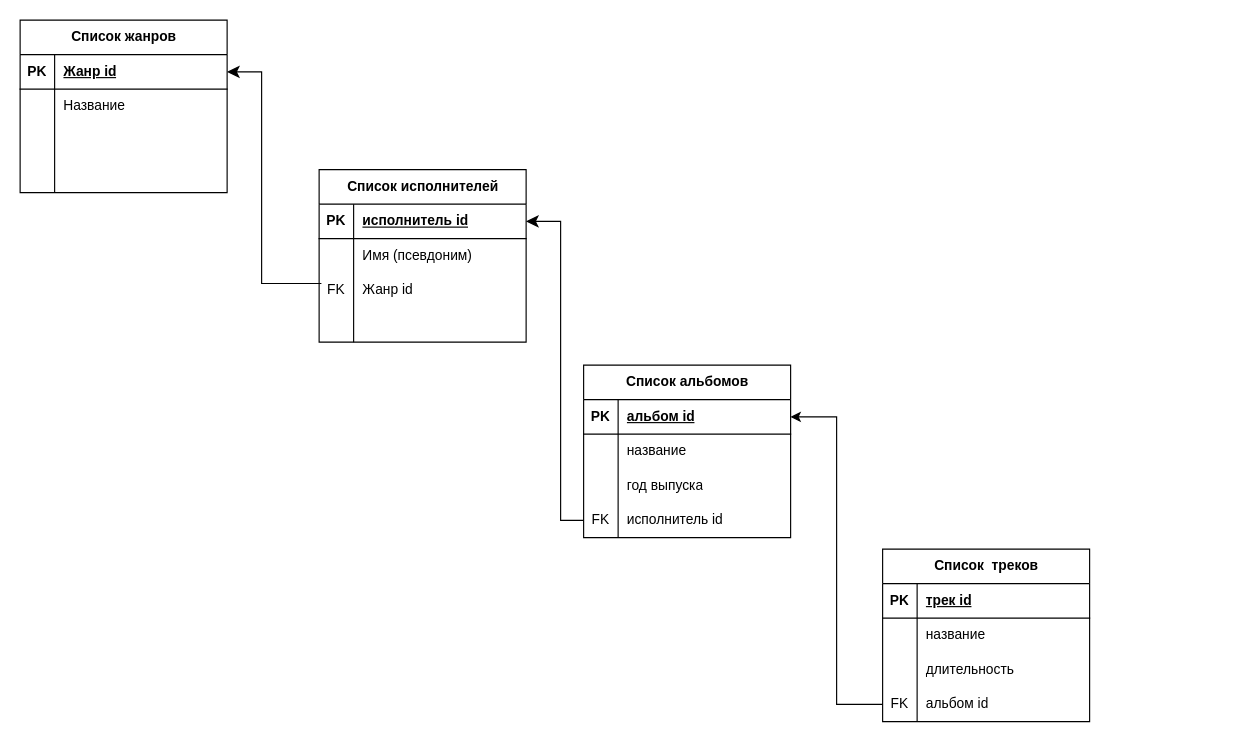
Earlier version of the draw.io diagram Диаграмма без названия.drawio (OlgaSleptsova/class_how_work). Source tidied: cells renumbered, new cells numbered last; positions are measured from the earlier drawing's top-left corner, leaving out a move shared by most shapes. Both pictures are drawn from the tidied source at 115%, with x=0, y=0 at pixel (20, 20).
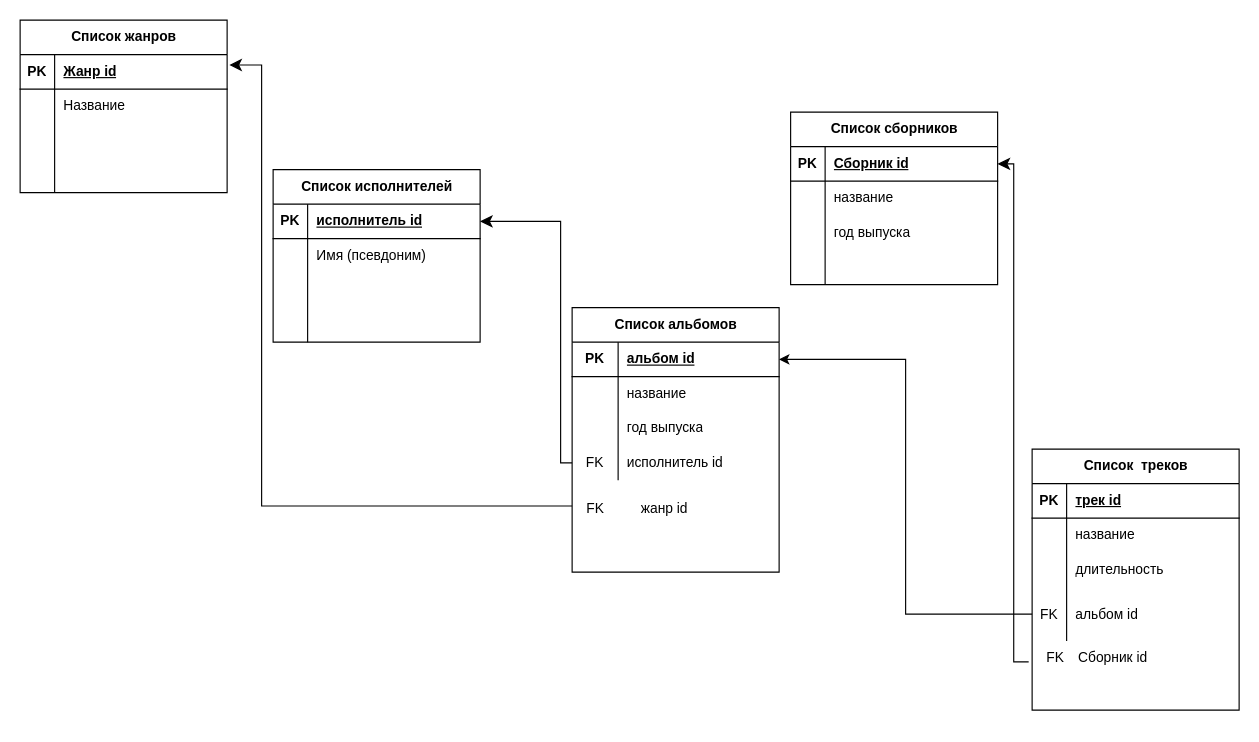
The same page after the edit.

Unchanged cells that the change refers to:
```xml
<mxCell id="3" style="shape=tableRow;horizontal=0;startSize=0;swimlaneHead=0;swimlaneBody=0;fillColor=none;points=[[0,0.5],[1,0.5]];portConstraint=eastwest;top=0;left=0;right=0;bottom=1;" parent="2" vertex="1">
  <mxGeometry y="30" width="180" height="30" as="geometry" />
</mxCell>
<mxCell id="22" style="shape=tableRow;horizontal=0;startSize=0;swimlaneHead=0;swimlaneBody=0;fillColor=none;points=[[0,0.5],[1,0.5]];portConstraint=eastwest;top=0;left=0;right=0;bottom=0;" parent="15" vertex="1">
  <mxGeometry y="90" width="180" height="30" as="geometry" />
</mxCell>
<mxCell id="29" style="shape=tableRow;horizontal=0;startSize=0;swimlaneHead=0;swimlaneBody=0;fillColor=none;points=[[0,0.5],[1,0.5]];portConstraint=eastwest;top=0;left=0;right=0;bottom=1;" parent="28" vertex="1">
  <mxGeometry y="30" width="180" height="30" as="geometry" />
</mxCell>
<mxCell id="32" style="shape=tableRow;horizontal=0;startSize=0;swimlaneHead=0;swimlaneBody=0;fillColor=none;top=0;left=0;right=0;bottom=0;" parent="28" vertex="1">
  <mxGeometry y="60" width="180" height="30" as="geometry" />
</mxCell>
<mxCell id="35" style="shape=tableRow;horizontal=0;startSize=0;swimlaneHead=0;swimlaneBody=0;fillColor=none;top=0;left=0;right=0;bottom=0;" parent="28" vertex="1">
  <mxGeometry y="90" width="180" height="30" as="geometry" />
</mxCell>
<mxCell id="38" style="shape=tableRow;horizontal=0;startSize=0;swimlaneHead=0;swimlaneBody=0;fillColor=none;points=[[0,0.5],[1,0.5]];portConstraint=eastwest;top=0;left=0;right=0;bottom=0;" parent="28" vertex="1">
  <mxGeometry y="120" width="180" height="30" as="geometry" />
</mxCell>
```

What changed in the source:
```diff
@@
     <mxCell id="15" value="Список исполнителей" style="shape=table;startSize=30;childLayout=tableLayout;rowLines=0;fontStyle=1;align=center;html=1;" parent="1" vertex="1">
-      <mxGeometry x="260" y="130" width="180" height="150" as="geometry" />
+      <mxGeometry x="220" y="130" width="180" height="150" as="geometry" />
     </mxCell>
@@
-    <mxCell id="23" value="FK" style="shape=partialRectangle;fillColor=none;top=0;left=0;bottom=0;right=0;overflow=hidden;whiteSpace=wrap;html=1;" parent="22" vertex="1">
+    <mxCell id="23" style="shape=partialRectangle;fillColor=none;top=0;left=0;bottom=0;right=0;overflow=hidden;whiteSpace=wrap;html=1;" parent="22" vertex="1">
       <mxGeometry width="30" height="30" as="geometry" />
     </mxCell>
-    <mxCell id="24" value="Жанр id" style="shape=partialRectangle;fillColor=none;top=0;left=0;bottom=0;right=0;align=left;spacingLeft=6;overflow=hidden;whiteSpace=wrap;html=1;" parent="22" vertex="1">
+    <mxCell id="24" style="shape=partialRectangle;fillColor=none;top=0;left=0;bottom=0;right=0;align=left;spacingLeft=6;overflow=hidden;whiteSpace=wrap;html=1;" parent="22" vertex="1">
       <mxGeometry x="30" width="150" height="30" as="geometry" />
     </mxCell>
@@
     <mxCell id="28" value="Список альбомов" style="shape=table;startSize=30;childLayout=tableLayout;rowLines=0;fontStyle=1;align=center;html=1;" parent="1" vertex="1">
-      <mxGeometry x="490" y="300" width="180" height="150" as="geometry" />
+      <mxGeometry x="480" y="250" width="180" height="230" as="geometry" />
     </mxCell>
@@
     <mxCell id="30" value="PK" style="shape=partialRectangle;fillColor=none;top=0;left=0;bottom=0;right=0;fontStyle=1;overflow=hidden;whiteSpace=wrap;html=1;" parent="29" vertex="1">
-      <mxGeometry width="30" height="30" as="geometry" />
+      <mxGeometry width="40" height="30" as="geometry" />
     </mxCell>
     <mxCell id="31" value="альбом id" style="shape=partialRectangle;fillColor=none;top=0;left=0;bottom=0;right=0;align=left;spacingLeft=6;fontStyle=5;overflow=hidden;whiteSpace=wrap;html=1;" parent="29" vertex="1">
-      <mxGeometry x="30" width="150" height="30" as="geometry" />
+      <mxGeometry x="40" width="140" height="30" as="geometry" />
     </mxCell>
@@
     <mxCell id="33" style="shape=partialRectangle;fillColor=none;top=0;left=0;bottom=0;right=0;overflow=hidden;whiteSpace=wrap;html=1;" parent="32" vertex="1">
-      <mxGeometry width="30" height="30" as="geometry" />
+      <mxGeometry width="40" height="30" as="geometry" />
     </mxCell>
     <mxCell id="34" value="название" style="shape=partialRectangle;fillColor=none;top=0;left=0;bottom=0;right=0;align=left;spacingLeft=6;overflow=hidden;whiteSpace=wrap;html=1;" parent="32" vertex="1">
-      <mxGeometry x="30" width="150" height="30" as="geometry" />
+      <mxGeometry x="40" width="140" height="30" as="geometry" />
     </mxCell>
@@
     <mxCell id="36" style="shape=partialRectangle;fillColor=none;top=0;left=0;bottom=0;right=0;overflow=hidden;whiteSpace=wrap;html=1;" parent="35" vertex="1">
-      <mxGeometry width="30" height="30" as="geometry" />
+      <mxGeometry width="40" height="30" as="geometry" />
     </mxCell>
     <mxCell id="37" value="год выпуска" style="shape=partialRectangle;fillColor=none;top=0;left=0;bottom=0;right=0;align=left;spacingLeft=6;overflow=hidden;whiteSpace=wrap;html=1;" parent="35" vertex="1">
-      <mxGeometry x="30" width="150" height="30" as="geometry" />
+      <mxGeometry x="40" width="140" height="30" as="geometry" />
     </mxCell>
@@
     <mxCell id="39" value="FK" style="shape=partialRectangle;fillColor=none;top=0;left=0;bottom=0;right=0;overflow=hidden;whiteSpace=wrap;html=1;" parent="38" vertex="1">
-      <mxGeometry width="30" height="30" as="geometry" />
+      <mxGeometry width="40" height="30" as="geometry" />
     </mxCell>
     <mxCell id="40" value="исполнитель id" style="shape=partialRectangle;fillColor=none;top=0;left=0;bottom=0;right=0;align=left;spacingLeft=6;overflow=hidden;whiteSpace=wrap;html=1;" parent="38" vertex="1">
-      <mxGeometry x="30" width="150" height="30" as="geometry" />
+      <mxGeometry x="40" width="140" height="30" as="geometry" />
     </mxCell>
     <mxCell id="41" value="Список&amp;nbsp; треков" style="shape=table;startSize=30;childLayout=tableLayout;rowLines=0;fontStyle=1;align=center;html=1;" parent="1" vertex="1">
-      <mxGeometry x="750" y="460" width="180" height="150" as="geometry" />
+      <mxGeometry x="880" y="373" width="180" height="227" as="geometry" />
     </mxCell>
@@
     <mxCell id="51" style="shape=tableRow;horizontal=0;startSize=0;swimlaneHead=0;swimlaneBody=0;fillColor=none;points=[[0,0.5],[1,0.5]];portConstraint=eastwest;top=0;left=0;right=0;bottom=0;" parent="41" vertex="1">
-      <mxGeometry y="120" width="180" height="30" as="geometry" />
+      <mxGeometry y="120" width="180" height="47" as="geometry" />
     </mxCell>
     <mxCell id="52" value="FK" style="shape=partialRectangle;fillColor=none;top=0;left=0;bottom=0;right=0;overflow=hidden;whiteSpace=wrap;html=1;" parent="51" vertex="1">
-      <mxGeometry width="30" height="30" as="geometry" />
+      <mxGeometry width="30" height="47" as="geometry" />
     </mxCell>
     <mxCell id="53" value="альбом id" style="shape=partialRectangle;fillColor=none;top=0;left=0;bottom=0;right=0;align=left;spacingLeft=6;overflow=hidden;whiteSpace=wrap;html=1;" parent="51" vertex="1">
-      <mxGeometry x="30" width="150" height="30" as="geometry" />
+      <mxGeometry x="30" width="150" height="47" as="geometry" />
     </mxCell>
-    <mxCell id="54" style="edgeStyle=elbowEdgeStyle;elbow=horizontal;endArrow=classic;html=1;curved=0;rounded=0;endSize=8;startSize=8;exitX=0.011;exitY=0.3;exitDx=0;exitDy=0;exitPerimeter=0;entryX=1;entryY=0.5;entryDx=0;entryDy=0;" parent="1" edge="1" source="22" target="3">
-      <mxGeometry relative="1" as="geometry">
-        <Array as="points">
-          <mxPoint x="210" y="130" />
-        </Array>
-      </mxGeometry>
-    </mxCell>
@@
+    <mxCell id="57" value="Список сборников" style="shape=table;startSize=30;childLayout=tableLayout;rowLines=0;fontStyle=1;align=center;html=1;" parent="1" vertex="1">
+      <mxGeometry x="670" y="80" width="180" height="150" as="geometry" />
+    </mxCell>
+    <mxCell id="58" style="shape=tableRow;horizontal=0;startSize=0;swimlaneHead=0;swimlaneBody=0;fillColor=none;points=[[0,0.5],[1,0.5]];portConstraint=eastwest;top=0;left=0;right=0;bottom=1;" parent="57" vertex="1">
+      <mxGeometry y="30" width="180" height="30" as="geometry" />
+    </mxCell>
+    <mxCell id="59" value="PK" style="shape=partialRectangle;fillColor=none;top=0;left=0;bottom=0;right=0;fontStyle=1;overflow=hidden;whiteSpace=wrap;html=1;" parent="58" vertex="1">
+      <mxGeometry width="30" height="30" as="geometry" />
+    </mxCell>
+    <mxCell id="60" value="Сборник id" style="shape=partialRectangle;fillColor=none;top=0;left=0;bottom=0;right=0;align=left;spacingLeft=6;fontStyle=5;overflow=hidden;whiteSpace=wrap;html=1;" parent="58" vertex="1">
+      <mxGeometry x="30" width="150" height="30" as="geometry" />
+    </mxCell>
+    <mxCell id="61" style="shape=tableRow;horizontal=0;startSize=0;swimlaneHead=0;swimlaneBody=0;fillColor=none;top=0;left=0;right=0;bottom=0;" parent="57" vertex="1">
+      <mxGeometry y="60" width="180" height="30" as="geometry" />
+    </mxCell>
+    <mxCell id="62" style="shape=partialRectangle;fillColor=none;top=0;left=0;bottom=0;right=0;overflow=hidden;whiteSpace=wrap;html=1;" parent="61" vertex="1">
+      <mxGeometry width="30" height="30" as="geometry" />
+    </mxCell>
+    <mxCell id="63" value="название" style="shape=partialRectangle;fillColor=none;top=0;left=0;bottom=0;right=0;align=left;spacingLeft=6;overflow=hidden;whiteSpace=wrap;html=1;" parent="61" vertex="1">
+      <mxGeometry x="30" width="150" height="30" as="geometry" />
+    </mxCell>
+    <mxCell id="64" style="shape=tableRow;horizontal=0;startSize=0;swimlaneHead=0;swimlaneBody=0;fillColor=none;top=0;left=0;right=0;bottom=0;" parent="57" vertex="1">
+      <mxGeometry y="90" width="180" height="30" as="geometry" />
+    </mxCell>
+    <mxCell id="65" style="shape=partialRectangle;fillColor=none;top=0;left=0;bottom=0;right=0;overflow=hidden;whiteSpace=wrap;html=1;" parent="64" vertex="1">
+      <mxGeometry width="30" height="30" as="geometry" />
+    </mxCell>
+    <mxCell id="66" value="год выпуска&amp;nbsp;" style="shape=partialRectangle;fillColor=none;top=0;left=0;bottom=0;right=0;align=left;spacingLeft=6;overflow=hidden;whiteSpace=wrap;html=1;" parent="64" vertex="1">
+      <mxGeometry x="30" width="150" height="30" as="geometry" />
+    </mxCell>
+    <mxCell id="67" style="shape=tableRow;horizontal=0;startSize=0;swimlaneHead=0;swimlaneBody=0;fillColor=none;top=0;left=0;right=0;bottom=0;" parent="57" vertex="1">
+      <mxGeometry y="120" width="180" height="30" as="geometry" />
+    </mxCell>
+    <mxCell id="68" style="shape=partialRectangle;fillColor=none;top=0;left=0;bottom=0;right=0;overflow=hidden;whiteSpace=wrap;html=1;" parent="67" vertex="1">
+      <mxGeometry width="30" height="30" as="geometry" />
+    </mxCell>
+    <mxCell id="69" style="shape=partialRectangle;fillColor=none;top=0;left=0;bottom=0;right=0;align=left;spacingLeft=6;overflow=hidden;whiteSpace=wrap;html=1;" parent="67" vertex="1">
+      <mxGeometry x="30" width="150" height="30" as="geometry" />
+    </mxCell>
+    <mxCell id="70" value="Сборник id" style="text;html=1;align=center;verticalAlign=middle;strokeColor=none;fillColor=none;" parent="1" vertex="1">
+      <mxGeometry x="910" y="540" width="80" height="30" as="geometry" />
+    </mxCell>
+    <mxCell id="71" value="FK" style="text;html=1;align=center;verticalAlign=middle;points=[];strokeColor=none;fillColor=none;" parent="1" vertex="1">
+      <mxGeometry x="880" y="540" width="40" height="30" as="geometry" />
+    </mxCell>
+    <mxCell id="72" style="edgeStyle=elbowEdgeStyle;elbow=horizontal;endArrow=classic;html=1;curved=0;rounded=0;endSize=8;startSize=8;exitX=-0.075;exitY=0.6;exitDx=0;exitDy=0;exitPerimeter=0;entryX=1;entryY=0.5;entryDx=0;entryDy=0;" parent="1" edge="1" source="71" target="58">
+      <mxGeometry relative="1" as="geometry" />
+    </mxCell>
+    <mxCell id="73" value="жанр id" style="text;html=1;align=center;verticalAlign=middle;strokeColor=none;fillColor=none;" parent="1" vertex="1">
+      <mxGeometry x="530" y="410" width="60" height="30" as="geometry" />
+    </mxCell>
+    <mxCell id="74" value="FK" style="text;html=1;align=center;verticalAlign=middle;strokeColor=none;fillColor=none;" parent="1" vertex="1">
+      <mxGeometry x="480" y="410" width="40" height="30" as="geometry" />
+    </mxCell>
+    <mxCell id="75" style="edgeStyle=elbowEdgeStyle;elbow=horizontal;endArrow=classic;html=1;curved=0;rounded=0;endSize=8;startSize=8;exitX=0;exitY=0.75;exitDx=0;exitDy=0;entryX=1.011;entryY=0.3;entryDx=0;entryDy=0;entryPerimeter=0;" parent="1" edge="1" source="28" target="3">
+      <mxGeometry relative="1" as="geometry">
+        <Array as="points">
+          <mxPoint x="210" y="230" />
+        </Array>
+      </mxGeometry>
+    </mxCell>
```
